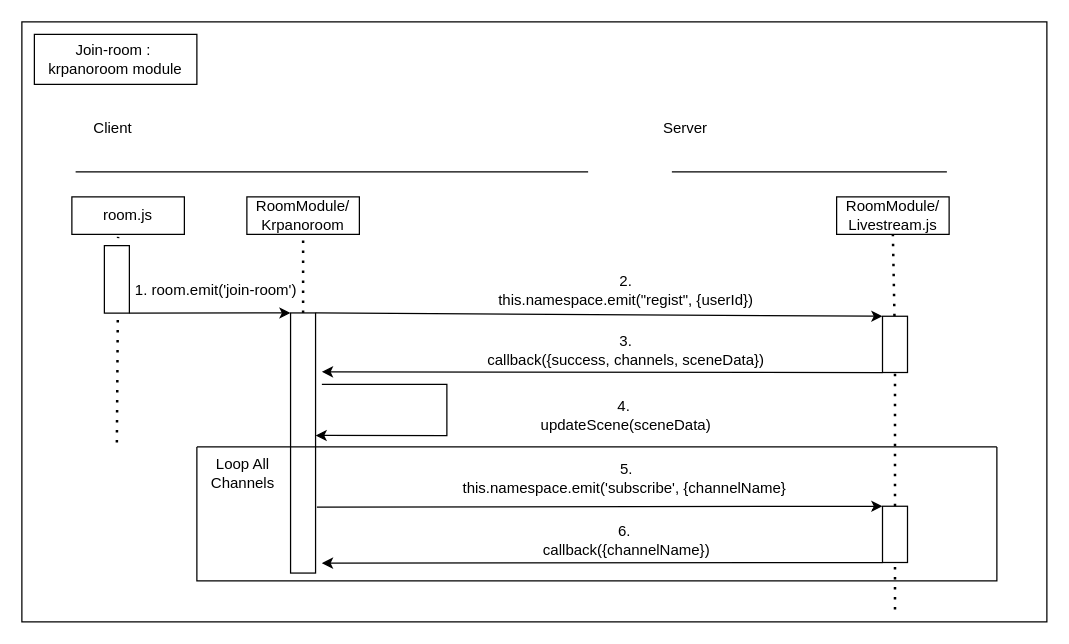
Above: classroom-ultra-sequence diagram-krpanoroom join-room.drawio in doremi31618/Assets (draw.io), before the change. Source tidied: cells renumbered, new cells numbered last; positions are measured from the earlier drawing's top-left corner, leaving out a move shared by most shapes. Both pictures are drawn from the tidied source at 125%, with x=0, y=0 at pixel (21, 21).
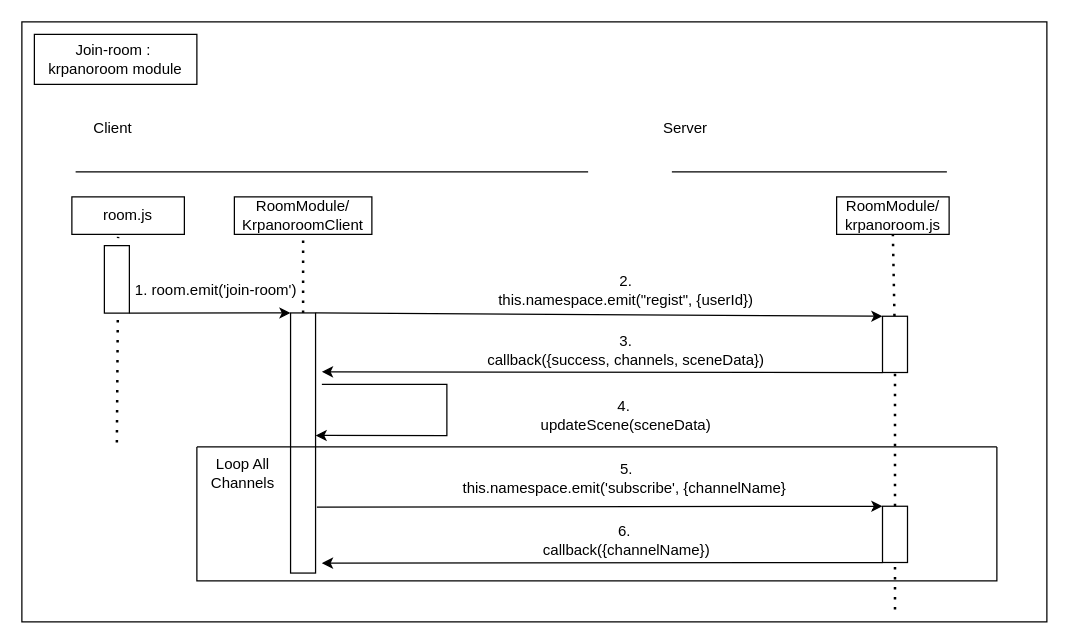
Above is the later version.

Diff of the diagram source:
```diff
@@
-    <mxCell id="6" value="RoomModule/&lt;br&gt;Livestream.js" style="rounded=0;whiteSpace=wrap;html=1;" parent="1" vertex="1">
+    <mxCell id="6" value="RoomModule/&lt;br&gt;krpanoroom.js" style="rounded=0;whiteSpace=wrap;html=1;" parent="1" vertex="1">
       <mxGeometry x="651.8" y="140" width="90" height="30" as="geometry" />
     </mxCell>
@@
-    <mxCell id="15" value="RoomModule/&lt;br&gt;Krpanoroom" style="rounded=0;whiteSpace=wrap;html=1;" parent="1" vertex="1">
-      <mxGeometry x="180" y="140" width="90" height="30" as="geometry" />
+    <mxCell id="15" value="RoomModule/&lt;br&gt;KrpanoroomClient" style="rounded=0;whiteSpace=wrap;html=1;" parent="1" vertex="1">
+      <mxGeometry x="170" y="140" width="110" height="30" as="geometry" />
     </mxCell>
```
